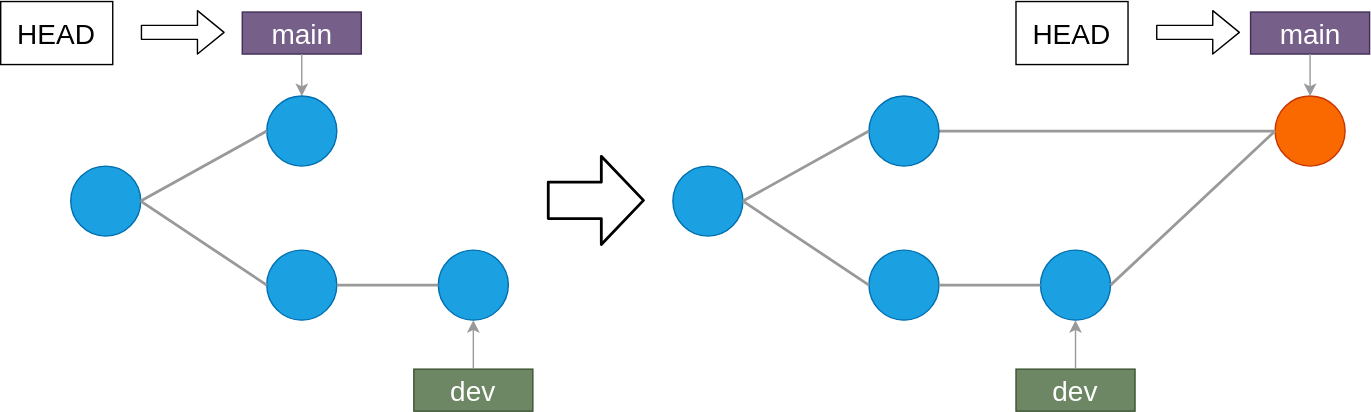
This is public/drawio/git_merge.svg from kazuyanagimoto/github-workshop2022, a draw.io export, as it was before one commit. Source tidied: cells renumbered, new cells last; positions are measured from the earlier drawing's top-left corner, leaving out a move shared by most shapes.
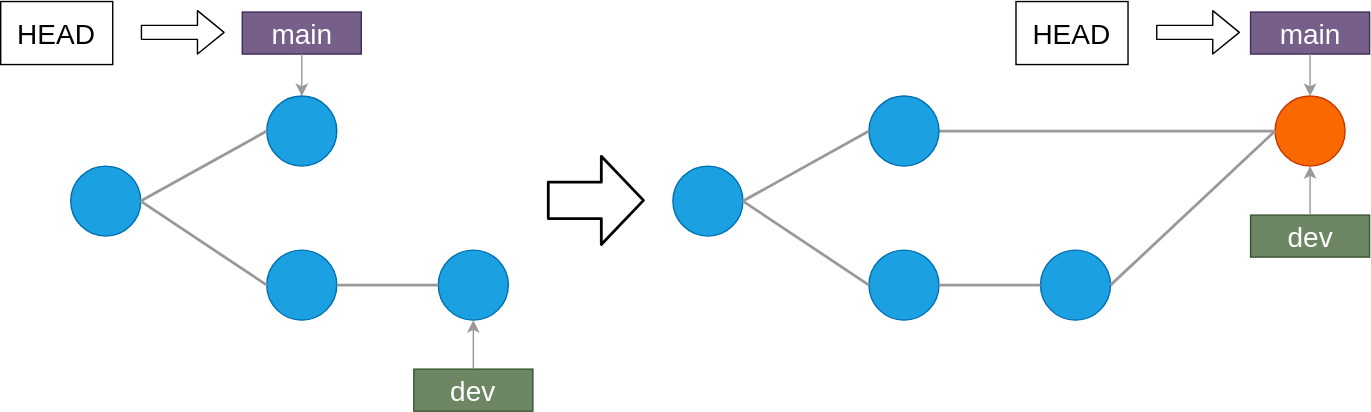
Above is the later version.

Change to the diagram source:
```diff
@@ -63,10 +63,12 @@
       <mxGeometry relative="1" as="geometry" />
     </mxCell>
     <mxCell id="22" value="dev" style="rounded=1;whiteSpace=wrap;html=1;fillColor=#6d8764;strokeColor=#3A5431;fontColor=#ffffff;fontSize=20;arcSize=0;" parent="1" vertex="1">
-      <mxGeometry x="725" y="263" width="85" height="30" as="geometry" />
+      <mxGeometry x="892.5" y="153" width="85" height="30" as="geometry" />
     </mxCell>
-    <mxCell id="23" style="endArrow=classic;html=1;fontSize=20;exitX=0.5;exitY=0;exitDx=0;exitDy=0;strokeColor=#999999;entryX=0.5;entryY=1;entryDx=0;entryDy=0;" parent="1" edge="1" source="22" target="17">
-      <mxGeometry relative="1" as="geometry" />
+    <mxCell id="23" style="endArrow=classic;html=1;fontSize=20;exitX=0.5;exitY=0;exitDx=0;exitDy=0;strokeColor=#999999;entryX=0.5;entryY=1;entryDx=0;entryDy=0;" parent="1" edge="1" source="22">
+      <mxGeometry relative="1" as="geometry">
+        <mxPoint x="935" y="118" as="targetPoint" />
+      </mxGeometry>
     </mxCell>
     <mxCell id="24" style="ellipse;whiteSpace=wrap;html=1;fillColor=#1ba1e2;fontColor=#ffffff;strokeColor=#006EAF;" parent="1" vertex="1">
       <mxGeometry x="620" y="68" width="50" height="50" as="geometry" />
```
